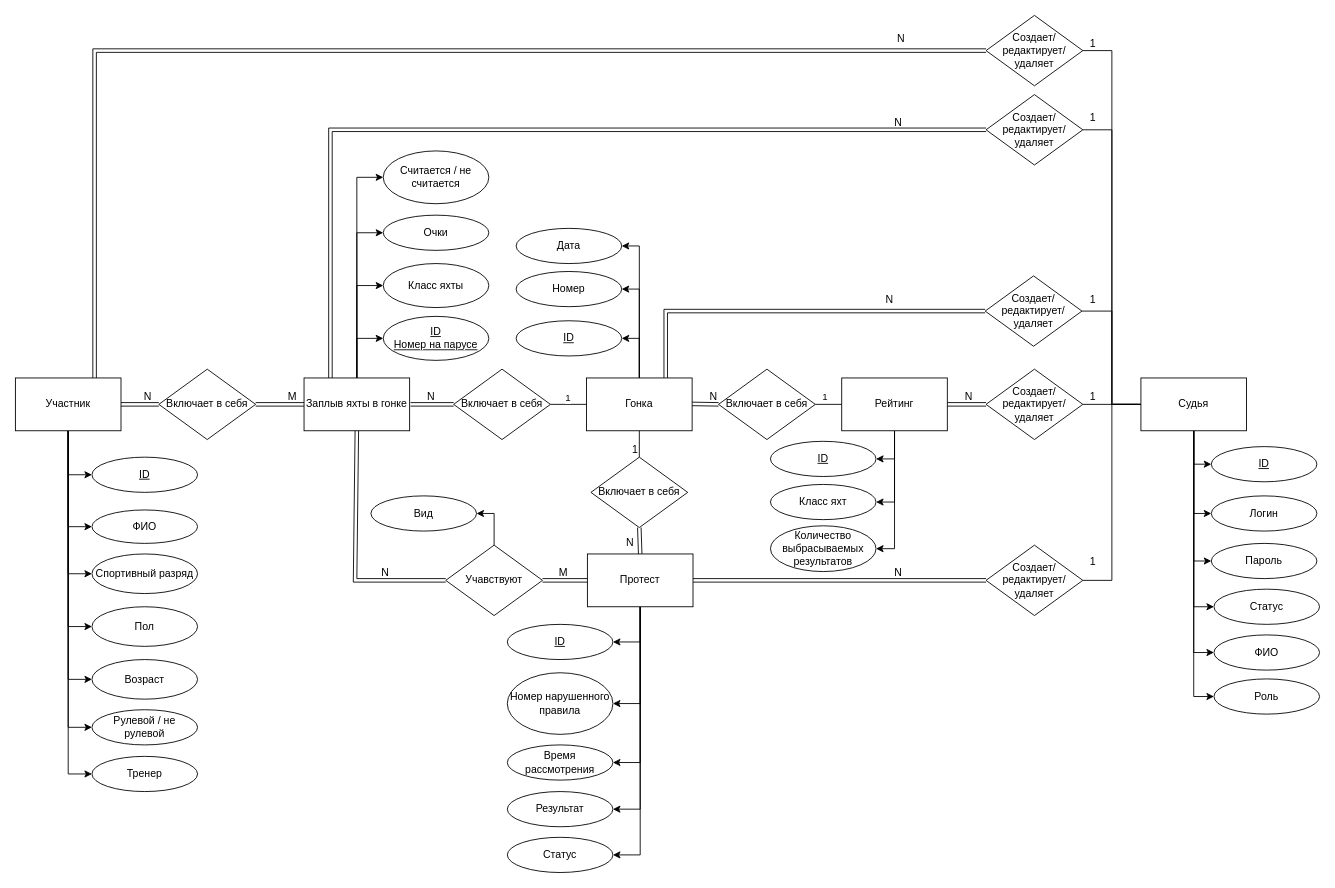
The draw.io diagram page "ER" (2 of 3) of schemes/Диаграммки.drawio in lalala-0/PPO_BMSTU, before the edit. Source tidied: cells renumbered, new cells numbered last; positions are measured from the earlier drawing's top-left corner, leaving out a move shared by most shapes. Both pictures are drawn from the tidied source at 88%, with x=0, y=0 at pixel (15, 15).
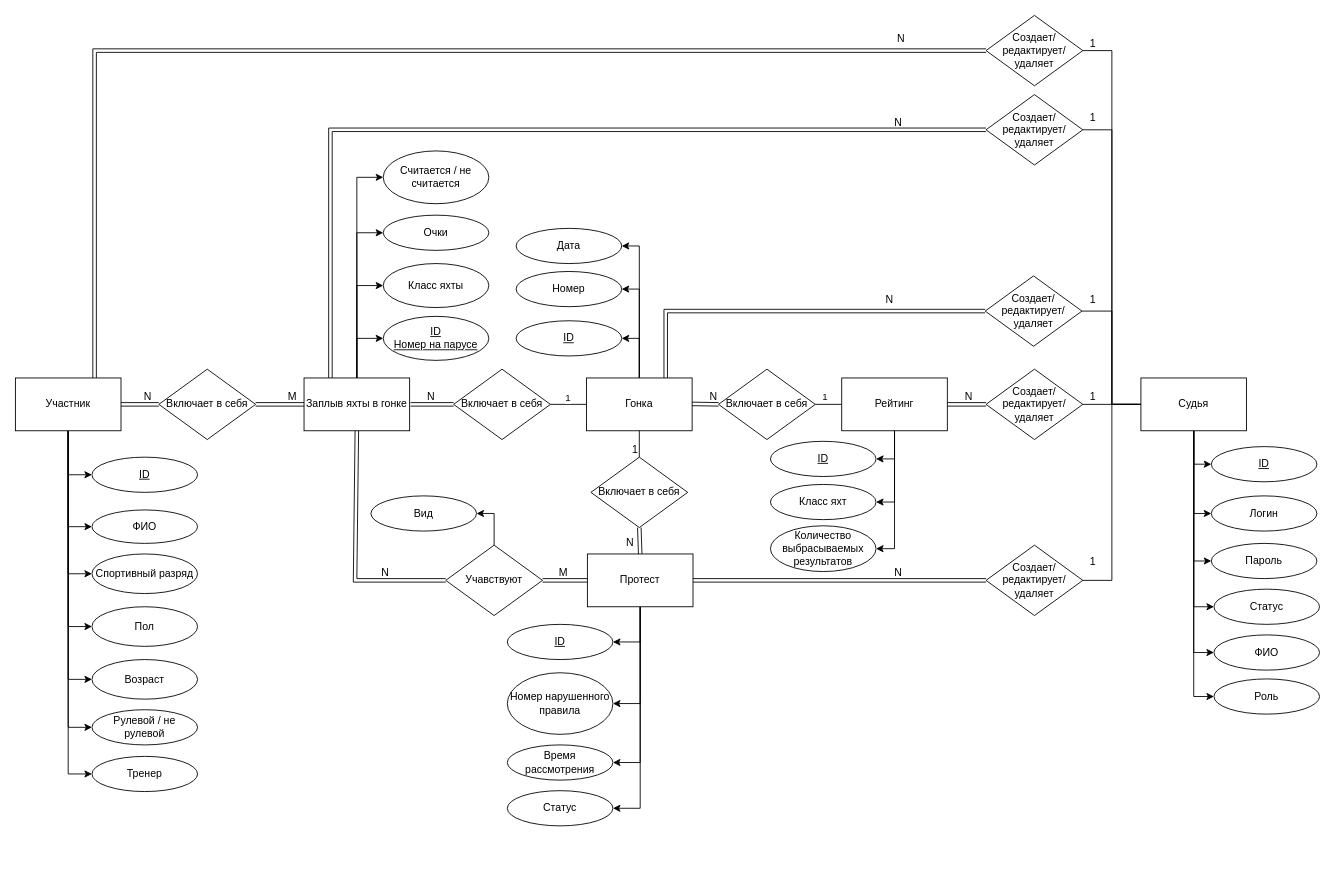
Above is the later version.

The change refers to these unchanged cells:
```xml
<mxCell id="23" value="Протест" style="rounded=0;whiteSpace=wrap;html=1;" parent="1" vertex="1">
  <mxGeometry x="650" y="612" width="120" height="60" as="geometry" />
</mxCell>
```

The edit, as a diff of the source:
```diff
@@
-    <mxCell id="20" style="edgeStyle=orthogonalEdgeStyle;rounded=0;jettySize=auto;html=1;entryX=1;entryY=0.5;entryDx=0;entryDy=0;" parent="1" edge="1" source="23" target="99">
-      <mxGeometry relative="1" as="geometry" />
-    </mxCell>
@@
-    <mxCell id="99" value="Результат" style="ellipse;whiteSpace=wrap;html=1;" parent="1" vertex="1">
-      <mxGeometry x="559" y="882" width="120" height="40" as="geometry" />
-    </mxCell>
@@
     <mxCell id="111" value="Статус" style="ellipse;whiteSpace=wrap;html=1;" parent="1" vertex="1">
-      <mxGeometry x="559" y="934" width="120" height="40" as="geometry" />
+      <mxGeometry x="559" y="881" width="120" height="40" as="geometry" />
     </mxCell>
```
